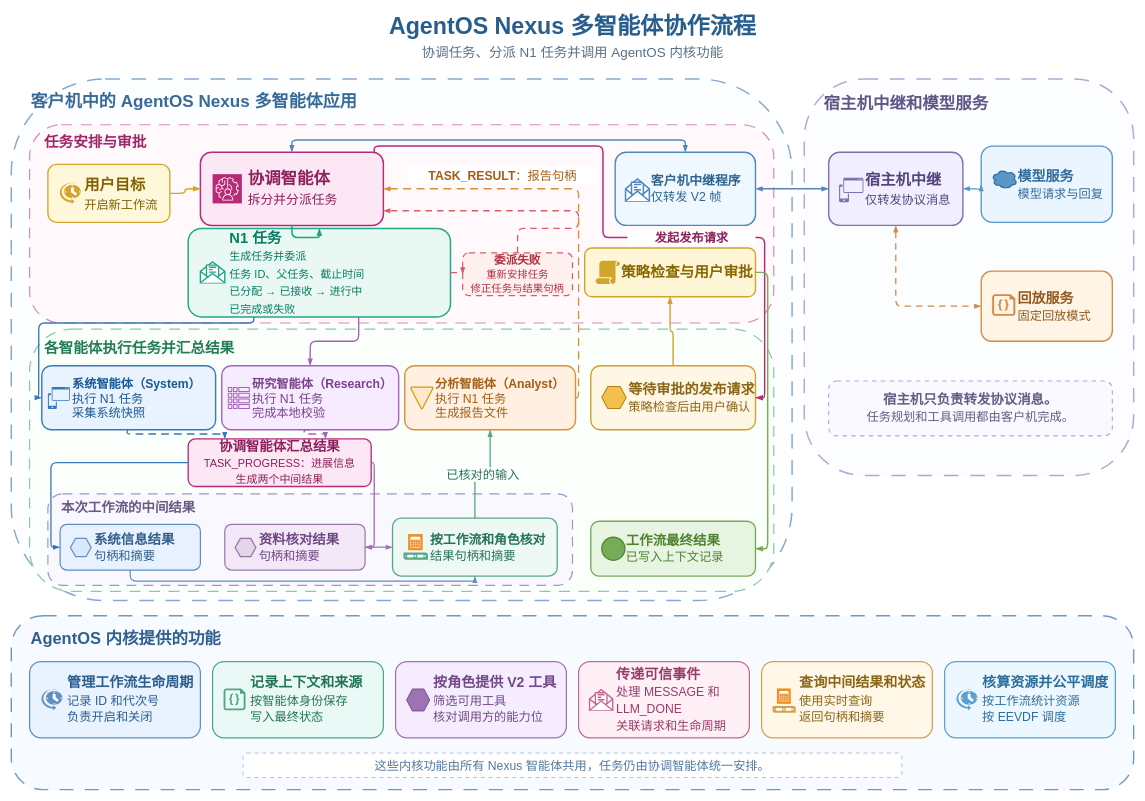
Earlier version of the draw.io diagram docs/figures/architecture/nexus_runtime_flow.drawio (yushugulao/Agent-OS). Source tidied: cells renumbered, new cells numbered last; positions are measured from the earlier drawing's top-left corner, leaving out a move shared by most shapes. Both pictures are drawn from the tidied source at 61%, with x=0, y=0 at pixel (11, 10).
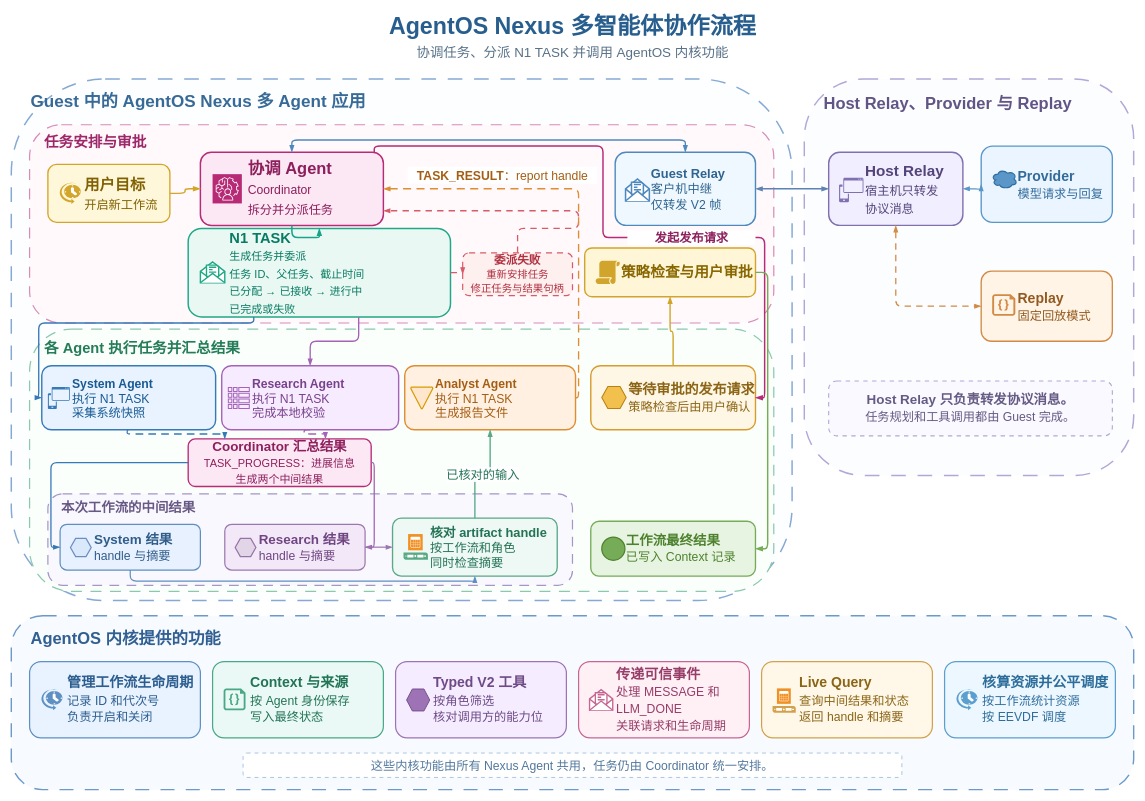
The same page after the edit.

Diff of the diagram source:
```diff
@@
-    <mxCell id="3" value="协调任务、分派 N1 任务并调用 AgentOS 内核功能" style="text;html=1;strokeColor=none;fillColor=none;align=center;verticalAlign=middle;fontSize=22;fontColor=#587187;fontFamily=Microsoft YaHei;" parent="1" vertex="1">
+    <mxCell id="3" value="协调任务、分派 N1 TASK 并调用 AgentOS 内核功能" style="text;html=1;strokeColor=none;fillColor=none;align=center;verticalAlign=middle;fontSize=22;fontColor=#587187;fontFamily=Microsoft YaHei;" parent="1" vertex="1">
       <mxGeometry x="260" y="52" width="1320" height="34" as="geometry" />
     </mxCell>
@@
-    <mxCell id="5" value="&lt;b&gt;客户机中的 AgentOS Nexus 多智能体应用&lt;/b&gt;" style="text;html=1;strokeColor=none;fillColor=none;align=left;verticalAlign=middle;fontSize=28;fontColor=#386A98;fontFamily=Microsoft YaHei;" parent="1" vertex="1">
+    <mxCell id="5" value="&lt;b&gt;Guest 中的 AgentOS Nexus 多 Agent 应用&lt;/b&gt;" style="text;html=1;strokeColor=none;fillColor=none;align=left;verticalAlign=middle;fontSize=28;fontColor=#386A98;fontFamily=Microsoft YaHei;" parent="1" vertex="1">
       <mxGeometry x="30" y="128" width="800" height="40" as="geometry" />
     </mxCell>
@@
-    <mxCell id="10" value="&lt;b&gt;协调智能体&lt;/b&gt;&lt;br&gt;&lt;font style=&quot;font-size:21px&quot;&gt;拆分并分派任务&lt;/font&gt;" style="rounded=1;whiteSpace=wrap;html=1;fillColor=#FCE8F4;strokeColor=#B72B76;strokeWidth=2.4;align=left;verticalAlign=middle;spacingLeft=76;fontSize=27;fontColor=#8C1F5C;fontFamily=Microsoft YaHei;" parent="1" vertex="1">
+    <mxCell id="10" value="&lt;b&gt;协调 Agent&lt;/b&gt;&lt;br&gt;&lt;font style=&quot;font-size:20px&quot;&gt;Coordinator&lt;br&gt;拆分并分派任务&lt;/font&gt;" style="rounded=1;whiteSpace=wrap;html=1;fillColor=#FCE8F4;strokeColor=#B72B76;strokeWidth=2.4;align=left;verticalAlign=middle;spacingLeft=76;fontSize=27;fontColor=#8C1F5C;fontFamily=Microsoft YaHei;" parent="1" vertex="1">
       <mxGeometry x="310" y="232" width="300" height="120" as="geometry" />
     </mxCell>
@@
-    <mxCell id="12" value="&lt;b&gt;客户机中继程序&lt;/b&gt;&lt;br&gt;&lt;font style=&quot;font-size:20px&quot;&gt;仅转发 V2 帧&lt;/font&gt;" style="rounded=1;whiteSpace=wrap;html=1;fillColor=#F0F8FF;strokeColor=#4E89BE;strokeWidth=2.3;align=left;verticalAlign=middle;spacingLeft=57;fontSize=21;fontColor=#2E648F;fontFamily=Microsoft YaHei;" parent="1" vertex="1">
+    <mxCell id="12" value="&lt;b&gt;Guest Relay&lt;/b&gt;&lt;br&gt;&lt;font style=&quot;font-size:20px&quot;&gt;客户机中继&lt;br&gt;仅转发 V2 帧&lt;/font&gt;" style="rounded=1;whiteSpace=wrap;html=1;fillColor=#F0F8FF;strokeColor=#4E89BE;strokeWidth=2.3;align=left;verticalAlign=middle;spacingLeft=57;fontSize=21;fontColor=#2E648F;fontFamily=Microsoft YaHei;" parent="1" vertex="1">
       <mxGeometry x="990" y="232" width="230" height="120" as="geometry" />
     </mxCell>
@@
-    <mxCell id="14" value="&lt;b&gt;N1 任务&lt;/b&gt;&lt;br&gt;&lt;font style=&quot;font-size:18px&quot;&gt;生成任务并委派&lt;br&gt;任务 ID、父任务、截止时间&lt;br&gt;已分配 → 已接收 → 进行中&lt;br&gt;已完成或失败&lt;/font&gt;" style="rounded=1;whiteSpace=wrap;html=1;fillColor=#EAF8F3;strokeColor=#20A886;strokeWidth=2.4;align=left;verticalAlign=middle;spacingLeft=66;fontSize=24;fontColor=#087C63;fontFamily=Microsoft YaHei;" parent="1" vertex="1">
+    <mxCell id="14" value="&lt;b&gt;N1 TASK&lt;/b&gt;&lt;br&gt;&lt;font style=&quot;font-size:18px&quot;&gt;生成任务并委派&lt;br&gt;任务 ID、父任务、截止时间&lt;br&gt;已分配 → 已接收 → 进行中&lt;br&gt;已完成或失败&lt;/font&gt;" style="rounded=1;whiteSpace=wrap;html=1;fillColor=#EAF8F3;strokeColor=#20A886;strokeWidth=2.4;align=left;verticalAlign=middle;spacingLeft=66;fontSize=24;fontColor=#087C63;fontFamily=Microsoft YaHei;" parent="1" vertex="1">
       <mxGeometry x="290" y="357" width="430" height="145" as="geometry" />
     </mxCell>
@@
-    <mxCell id="20" value="&lt;b&gt;各智能体执行任务并汇总结果&lt;/b&gt;" style="text;html=1;strokeColor=none;fillColor=none;align=left;verticalAlign=middle;fontSize=24;fontColor=#247C58;fontFamily=Microsoft YaHei;" parent="1" vertex="1">
+    <mxCell id="20" value="&lt;b&gt;各 Agent 执行任务并汇总结果&lt;/b&gt;" style="text;html=1;strokeColor=none;fillColor=none;align=left;verticalAlign=middle;fontSize=24;fontColor=#247C58;fontFamily=Microsoft YaHei;" parent="1" vertex="1">
       <mxGeometry x="52" y="535" width="370" height="36" as="geometry" />
     </mxCell>
-    <mxCell id="21" value="&lt;b&gt;系统智能体（System）&lt;/b&gt;&lt;br&gt;&lt;font style=&quot;font-size:20px&quot;&gt;执行 N1 任务&lt;br&gt;采集系统快照&lt;/font&gt;" style="rounded=1;whiteSpace=wrap;html=1;fillColor=#E8F3FF;strokeColor=#3679B8;strokeWidth=2.3;align=left;verticalAlign=middle;spacingLeft=48;fontSize=20;fontColor=#195A93;fontFamily=Microsoft YaHei;" parent="1" vertex="1">
+    <mxCell id="21" value="&lt;b&gt;System Agent&lt;/b&gt;&lt;br&gt;&lt;font style=&quot;font-size:20px&quot;&gt;执行 N1 TASK&lt;br&gt;采集系统快照&lt;/font&gt;" style="rounded=1;whiteSpace=wrap;html=1;fillColor=#E8F3FF;strokeColor=#3679B8;strokeWidth=2.3;align=left;verticalAlign=middle;spacingLeft=48;fontSize=20;fontColor=#195A93;fontFamily=Microsoft YaHei;" parent="1" vertex="1">
       <mxGeometry x="50" y="582" width="285" height="105" as="geometry" />
     </mxCell>
@@
-    <mxCell id="23" value="&lt;b&gt;研究智能体（Research）&lt;/b&gt;&lt;br&gt;&lt;font style=&quot;font-size:20px&quot;&gt;执行 N1 任务&lt;br&gt;完成本地校验&lt;/font&gt;" style="rounded=1;whiteSpace=wrap;html=1;fillColor=#F7EBFF;strokeColor=#A463B7;strokeWidth=2.3;align=left;verticalAlign=middle;spacingLeft=48;fontSize=20;fontColor=#78428B;fontFamily=Microsoft YaHei;" parent="1" vertex="1">
+    <mxCell id="23" value="&lt;b&gt;Research Agent&lt;/b&gt;&lt;br&gt;&lt;font style=&quot;font-size:20px&quot;&gt;执行 N1 TASK&lt;br&gt;完成本地校验&lt;/font&gt;" style="rounded=1;whiteSpace=wrap;html=1;fillColor=#F7EBFF;strokeColor=#A463B7;strokeWidth=2.3;align=left;verticalAlign=middle;spacingLeft=48;fontSize=20;fontColor=#78428B;fontFamily=Microsoft YaHei;" parent="1" vertex="1">
       <mxGeometry x="345" y="582" width="290" height="105" as="geometry" />
     </mxCell>
@@
-    <mxCell id="25" value="&lt;b&gt;分析智能体（Analyst）&lt;/b&gt;&lt;br&gt;&lt;font style=&quot;font-size:20px&quot;&gt;执行 N1 任务&lt;br&gt;生成报告文件&lt;/font&gt;" style="rounded=1;whiteSpace=wrap;html=1;fillColor=#FFF0E1;strokeColor=#DD8D32;strokeWidth=2.3;align=left;verticalAlign=middle;spacingLeft=48;fontSize=20;fontColor=#A45E14;fontFamily=Microsoft YaHei;" parent="1" vertex="1">
+    <mxCell id="25" value="&lt;b&gt;Analyst Agent&lt;/b&gt;&lt;br&gt;&lt;font style=&quot;font-size:20px&quot;&gt;执行 N1 TASK&lt;br&gt;生成报告文件&lt;/font&gt;" style="rounded=1;whiteSpace=wrap;html=1;fillColor=#FFF0E1;strokeColor=#DD8D32;strokeWidth=2.3;align=left;verticalAlign=middle;spacingLeft=48;fontSize=20;fontColor=#A45E14;fontFamily=Microsoft YaHei;" parent="1" vertex="1">
       <mxGeometry x="645" y="582" width="280" height="105" as="geometry" />
     </mxCell>
@@
-    <mxCell id="29" value="&lt;b&gt;协调智能体汇总结果&lt;/b&gt;&lt;br&gt;&lt;font style=&quot;font-size:18px&quot;&gt;TASK_PROGRESS：进展信息&lt;br&gt;生成两个中间结果&lt;/font&gt;" style="rounded=1;whiteSpace=wrap;html=1;fillColor=#FCE8F4;strokeColor=#B72B76;strokeWidth=2.2;align=center;verticalAlign=middle;fontSize=22;fontColor=#8C1F5C;fontFamily=Microsoft YaHei;" parent="1" vertex="1">
+    <mxCell id="29" value="&lt;b&gt;Coordinator 汇总结果&lt;/b&gt;&lt;br&gt;&lt;font style=&quot;font-size:18px&quot;&gt;TASK_PROGRESS：进展信息&lt;br&gt;生成两个中间结果&lt;/font&gt;" style="rounded=1;whiteSpace=wrap;html=1;fillColor=#FCE8F4;strokeColor=#B72B76;strokeWidth=2.2;align=center;verticalAlign=middle;fontSize=22;fontColor=#8C1F5C;fontFamily=Microsoft YaHei;" parent="1" vertex="1">
       <mxGeometry x="290" y="702" width="300" height="78" as="geometry" />
     </mxCell>
@@
-    <mxCell id="32" value="&lt;b&gt;系统信息结果&lt;/b&gt;&lt;br&gt;&lt;font style=&quot;font-size:20px&quot;&gt;句柄和摘要&lt;/font&gt;" style="rounded=1;whiteSpace=wrap;html=1;fillColor=#E7F1FF;strokeColor=#5F8FBE;strokeWidth=2;align=left;verticalAlign=middle;spacingLeft=54;fontSize=22;fontColor=#315D89;fontFamily=Microsoft YaHei;" parent="1" vertex="1">
+    <mxCell id="32" value="&lt;b&gt;System 结果&lt;/b&gt;&lt;br&gt;&lt;font style=&quot;font-size:20px&quot;&gt;handle 与摘要&lt;/font&gt;" style="rounded=1;whiteSpace=wrap;html=1;fillColor=#E7F1FF;strokeColor=#5F8FBE;strokeWidth=2;align=left;verticalAlign=middle;spacingLeft=54;fontSize=22;fontColor=#315D89;fontFamily=Microsoft YaHei;" parent="1" vertex="1">
       <mxGeometry x="80" y="842" width="230" height="75" as="geometry" />
     </mxCell>
@@
-    <mxCell id="34" value="&lt;b&gt;资料核对结果&lt;/b&gt;&lt;br&gt;&lt;font style=&quot;font-size:20px&quot;&gt;句柄和摘要&lt;/font&gt;" style="rounded=1;whiteSpace=wrap;html=1;fillColor=#F3E8F8;strokeColor=#9B78AE;strokeWidth=2;align=left;verticalAlign=middle;spacingLeft=54;fontSize=22;fontColor=#704682;fontFamily=Microsoft YaHei;" parent="1" vertex="1">
+    <mxCell id="34" value="&lt;b&gt;Research 结果&lt;/b&gt;&lt;br&gt;&lt;font style=&quot;font-size:20px&quot;&gt;handle 与摘要&lt;/font&gt;" style="rounded=1;whiteSpace=wrap;html=1;fillColor=#F3E8F8;strokeColor=#9B78AE;strokeWidth=2;align=left;verticalAlign=middle;spacingLeft=54;fontSize=22;fontColor=#704682;fontFamily=Microsoft YaHei;" parent="1" vertex="1">
       <mxGeometry x="350" y="842" width="230" height="75" as="geometry" />
     </mxCell>
@@
-    <mxCell id="36" value="&lt;b&gt;按工作流和角色核对&lt;/b&gt;&lt;br&gt;&lt;font style=&quot;font-size:20px&quot;&gt;结果句柄和摘要&lt;/font&gt;" style="rounded=1;whiteSpace=wrap;html=1;fillColor=#EEF8F4;strokeColor=#59A985;strokeWidth=2.2;align=left;verticalAlign=middle;spacingLeft=60;fontSize=21;fontColor=#247356;fontFamily=Microsoft YaHei;" parent="1" vertex="1">
+    <mxCell id="36" value="&lt;b&gt;核对 artifact handle&lt;/b&gt;&lt;br&gt;&lt;font style=&quot;font-size:20px&quot;&gt;按工作流和角色&lt;br&gt;同时检查摘要&lt;/font&gt;" style="rounded=1;whiteSpace=wrap;html=1;fillColor=#EEF8F4;strokeColor=#59A985;strokeWidth=2.2;align=left;verticalAlign=middle;spacingLeft=60;fontSize=21;fontColor=#247356;fontFamily=Microsoft YaHei;" parent="1" vertex="1">
       <mxGeometry x="625" y="832" width="270" height="95" as="geometry" />
     </mxCell>
@@
-    <mxCell id="38" value="&lt;b&gt;工作流最终结果&lt;/b&gt;&lt;br&gt;&lt;font style=&quot;font-size:20px&quot;&gt;已写入上下文记录&lt;/font&gt;" style="rounded=1;whiteSpace=wrap;html=1;fillColor=#E7F4E2;strokeColor=#76AB58;strokeWidth=2.2;align=left;verticalAlign=middle;spacingLeft=56;fontSize=22;fontColor=#4D812D;fontFamily=Microsoft YaHei;" parent="1" vertex="1">
+    <mxCell id="38" value="&lt;b&gt;工作流最终结果&lt;/b&gt;&lt;br&gt;&lt;font style=&quot;font-size:20px&quot;&gt;已写入 Context 记录&lt;/font&gt;" style="rounded=1;whiteSpace=wrap;html=1;fillColor=#E7F4E2;strokeColor=#76AB58;strokeWidth=2.2;align=left;verticalAlign=middle;spacingLeft=56;fontSize=22;fontColor=#4D812D;fontFamily=Microsoft YaHei;" parent="1" vertex="1">
       <mxGeometry x="950" y="837" width="270" height="90" as="geometry" />
     </mxCell>
@@
-    <mxCell id="41" value="&lt;b&gt;宿主机中继和模型服务&lt;/b&gt;" style="text;html=1;strokeColor=none;fillColor=none;align=left;verticalAlign=middle;fontSize=27;fontColor=#615585;fontFamily=Microsoft YaHei;" parent="1" vertex="1">
+    <mxCell id="41" value="&lt;b&gt;Host Relay、Provider 与 Replay&lt;/b&gt;" style="text;html=1;strokeColor=none;fillColor=none;align=left;verticalAlign=middle;fontSize=27;fontColor=#615585;fontFamily=Microsoft YaHei;" parent="1" vertex="1">
       <mxGeometry x="1330" y="132" width="470" height="40" as="geometry" />
     </mxCell>
-    <mxCell id="42" value="&lt;b&gt;宿主机中继&lt;/b&gt;&lt;br&gt;&lt;font style=&quot;font-size:20px&quot;&gt;仅转发协议消息&lt;/font&gt;" style="rounded=1;whiteSpace=wrap;html=1;fillColor=#F1EEFF;strokeColor=#8170B0;strokeWidth=2.3;align=left;verticalAlign=middle;spacingLeft=58;fontSize=25;fontColor=#544579;fontFamily=Microsoft YaHei;" parent="1" vertex="1">
+    <mxCell id="42" value="&lt;b&gt;Host Relay&lt;/b&gt;&lt;br&gt;&lt;font style=&quot;font-size:20px&quot;&gt;宿主机只转发&lt;br&gt;协议消息&lt;/font&gt;" style="rounded=1;whiteSpace=wrap;html=1;fillColor=#F1EEFF;strokeColor=#8170B0;strokeWidth=2.3;align=left;verticalAlign=middle;spacingLeft=58;fontSize=25;fontColor=#544579;fontFamily=Microsoft YaHei;" parent="1" vertex="1">
       <mxGeometry x="1340" y="232" width="220" height="120" as="geometry" />
     </mxCell>
@@
-    <mxCell id="44" value="&lt;b&gt;模型服务&lt;/b&gt;&lt;br&gt;&lt;font style=&quot;font-size:20px&quot;&gt;模型请求与回复&lt;/font&gt;" style="rounded=1;whiteSpace=wrap;html=1;fillColor=#EAF5FF;strokeColor=#5A96C8;strokeWidth=2.2;align=left;verticalAlign=middle;spacingLeft=58;fontSize=23;fontColor=#326B9A;fontFamily=Microsoft YaHei;" parent="1" vertex="1">
+    <mxCell id="44" value="&lt;b&gt;Provider&lt;/b&gt;&lt;br&gt;&lt;font style=&quot;font-size:20px&quot;&gt;模型请求与回复&lt;/font&gt;" style="rounded=1;whiteSpace=wrap;html=1;fillColor=#EAF5FF;strokeColor=#5A96C8;strokeWidth=2.2;align=left;verticalAlign=middle;spacingLeft=58;fontSize=23;fontColor=#326B9A;fontFamily=Microsoft YaHei;" parent="1" vertex="1">
       <mxGeometry x="1590" y="222" width="215" height="125" as="geometry" />
     </mxCell>
@@
-    <mxCell id="46" value="&lt;b&gt;回放服务&lt;/b&gt;&lt;br&gt;&lt;font style=&quot;font-size:20px&quot;&gt;固定回放模式&lt;/font&gt;" style="rounded=1;whiteSpace=wrap;html=1;fillColor=#FFF4E5;strokeColor=#D28B46;strokeWidth=2.2;align=left;verticalAlign=middle;spacingLeft=58;fontSize=23;fontColor=#925A20;fontFamily=Microsoft YaHei;" parent="1" vertex="1">
+    <mxCell id="46" value="&lt;b&gt;Replay&lt;/b&gt;&lt;br&gt;&lt;font style=&quot;font-size:20px&quot;&gt;固定回放模式&lt;/font&gt;" style="rounded=1;whiteSpace=wrap;html=1;fillColor=#FFF4E5;strokeColor=#D28B46;strokeWidth=2.2;align=left;verticalAlign=middle;spacingLeft=58;fontSize=23;fontColor=#925A20;fontFamily=Microsoft YaHei;" parent="1" vertex="1">
       <mxGeometry x="1590" y="427" width="215" height="115" as="geometry" />
     </mxCell>
@@
-    <mxCell id="48" value="&lt;b&gt;宿主机只负责转发协议消息。&lt;/b&gt;&lt;br&gt;&lt;font style=&quot;font-size:20px&quot;&gt;任务规划和工具调用都由客户机完成。&lt;/font&gt;" style="rounded=1;whiteSpace=wrap;html=1;fillColor=#FAF9FF;strokeColor=#B2A8D7;strokeWidth=1.8;dashed=1;dashPattern=4 4;align=center;verticalAlign=middle;fontSize=22;fontColor=#655A83;fontFamily=Microsoft YaHei;" parent="1" vertex="1">
+    <mxCell id="48" value="&lt;b&gt;Host Relay 只负责转发协议消息。&lt;/b&gt;&lt;br&gt;&lt;font style=&quot;font-size:20px&quot;&gt;任务规划和工具调用都由 Guest 完成。&lt;/font&gt;" style="rounded=1;whiteSpace=wrap;html=1;fillColor=#FAF9FF;strokeColor=#B2A8D7;strokeWidth=1.8;dashed=1;dashPattern=4 4;align=center;verticalAlign=middle;fontSize=22;fontColor=#655A83;fontFamily=Microsoft YaHei;" parent="1" vertex="1">
       <mxGeometry x="1340" y="607" width="465" height="90" as="geometry" />
     </mxCell>
@@
-    <mxCell id="53" value="&lt;b&gt;记录上下文和来源&lt;/b&gt;&lt;br&gt;&lt;font style=&quot;font-size:20px&quot;&gt;按智能体身份保存&lt;br&gt;写入最终状态&lt;/font&gt;" style="rounded=1;whiteSpace=wrap;html=1;fillColor=#EAF9F5;strokeColor=#49A885;strokeWidth=2;align=left;verticalAlign=middle;spacingLeft=60;fontSize=23;fontColor=#237457;fontFamily=Microsoft YaHei;" parent="1" vertex="1">
+    <mxCell id="53" value="&lt;b&gt;Context 与来源&lt;/b&gt;&lt;br&gt;&lt;font style=&quot;font-size:20px&quot;&gt;按 Agent 身份保存&lt;br&gt;写入最终状态&lt;/font&gt;" style="rounded=1;whiteSpace=wrap;html=1;fillColor=#EAF9F5;strokeColor=#49A885;strokeWidth=2;align=left;verticalAlign=middle;spacingLeft=60;fontSize=23;fontColor=#237457;fontFamily=Microsoft YaHei;" parent="1" vertex="1">
       <mxGeometry x="330" y="1067" width="280" height="125" as="geometry" />
     </mxCell>
@@
-    <mxCell id="55" value="&lt;b&gt;按角色提供 V2 工具&lt;/b&gt;&lt;br&gt;&lt;font style=&quot;font-size:20px&quot;&gt;筛选可用工具&lt;br&gt;核对调用方的能力位&lt;/font&gt;" style="rounded=1;whiteSpace=wrap;html=1;fillColor=#F5EDFF;strokeColor=#9D73B5;strokeWidth=2;align=left;verticalAlign=middle;spacingLeft=60;fontSize=23;fontColor=#6F4A86;fontFamily=Microsoft YaHei;" parent="1" vertex="1">
+    <mxCell id="55" value="&lt;b&gt;Typed V2 工具&lt;/b&gt;&lt;br&gt;&lt;font style=&quot;font-size:20px&quot;&gt;按角色筛选&lt;br&gt;核对调用方的能力位&lt;/font&gt;" style="rounded=1;whiteSpace=wrap;html=1;fillColor=#F5EDFF;strokeColor=#9D73B5;strokeWidth=2;align=left;verticalAlign=middle;spacingLeft=60;fontSize=23;fontColor=#6F4A86;fontFamily=Microsoft YaHei;" parent="1" vertex="1">
       <mxGeometry x="630" y="1067" width="280" height="125" as="geometry" />
     </mxCell>
@@
-    <mxCell id="59" value="&lt;b&gt;查询中间结果和状态&lt;/b&gt;&lt;br&gt;&lt;font style=&quot;font-size:20px&quot;&gt;使用实时查询&lt;br&gt;返回句柄和摘要&lt;/font&gt;" style="rounded=1;whiteSpace=wrap;html=1;fillColor=#FFF8E8;strokeColor=#D4A14A;strokeWidth=2;align=left;verticalAlign=middle;spacingLeft=60;fontSize=23;fontColor=#8A6517;fontFamily=Microsoft YaHei;" parent="1" vertex="1">
+    <mxCell id="59" value="&lt;b&gt;Live Query&lt;/b&gt;&lt;br&gt;&lt;font style=&quot;font-size:20px&quot;&gt;查询中间结果和状态&lt;br&gt;返回 handle 和摘要&lt;/font&gt;" style="rounded=1;whiteSpace=wrap;html=1;fillColor=#FFF8E8;strokeColor=#D4A14A;strokeWidth=2;align=left;verticalAlign=middle;spacingLeft=60;fontSize=23;fontColor=#8A6517;fontFamily=Microsoft YaHei;" parent="1" vertex="1">
       <mxGeometry x="1230" y="1067" width="280" height="125" as="geometry" />
     </mxCell>
@@
-    <mxCell id="63" value="这些内核功能由所有 Nexus 智能体共用，任务仍由协调智能体统一安排。" style="rounded=1;whiteSpace=wrap;html=1;fillColor=#FFFFFF;strokeColor=#A8C4E2;strokeWidth=1.6;dashed=1;dashPattern=4 4;align=center;verticalAlign=middle;fontSize=20;fontColor=#52789D;fontFamily=Microsoft YaHei;" parent="1" vertex="1">
+    <mxCell id="63" value="这些内核功能由所有 Nexus Agent 共用，任务仍由 Coordinator 统一安排。" style="rounded=1;whiteSpace=wrap;html=1;fillColor=#FFFFFF;strokeColor=#A8C4E2;strokeWidth=1.6;dashed=1;dashPattern=4 4;align=center;verticalAlign=middle;fontSize=20;fontColor=#52789D;fontFamily=Microsoft YaHei;" parent="1" vertex="1">
       <mxGeometry x="380" y="1217" width="1080" height="40" as="geometry" />
     </mxCell>
@@
-    <mxCell id="79" value="&lt;b&gt;TASK_RESULT&lt;/b&gt;：报告句柄" style="text;html=1;strokeColor=none;fillColor=#FFFFFF;align=center;verticalAlign=middle;fontSize=20;fontColor=#A45E14;fontFamily=Microsoft YaHei;" parent="1" vertex="1">
+    <mxCell id="79" value="&lt;b&gt;TASK_RESULT&lt;/b&gt;：report handle" style="text;html=1;strokeColor=none;fillColor=#FFFFFF;align=center;verticalAlign=middle;fontSize=20;fontColor=#A45E14;fontFamily=Microsoft YaHei;" parent="1" vertex="1">
       <mxGeometry x="650" y="256" width="310" height="28" as="geometry" />
     </mxCell>
```
